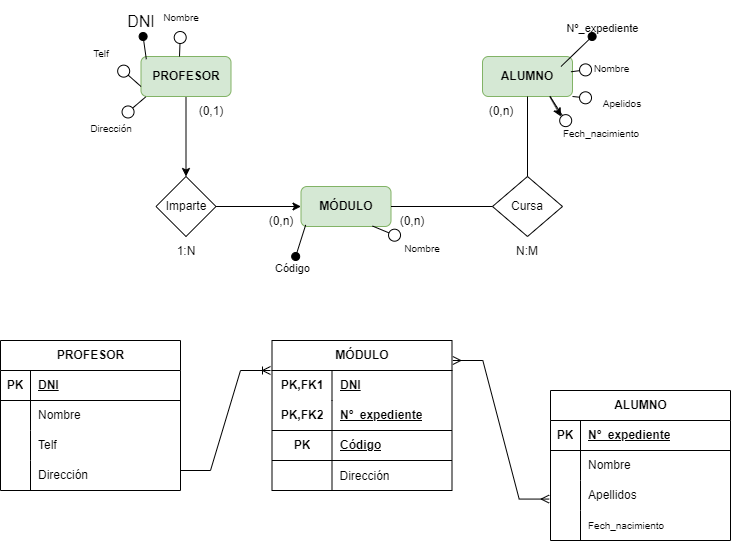
Samue45/1-DAM keeps this draw.io diagram as Data Base/Exercise1E/R a Relacional.drawio.png. Above is the earlier version. Source tidied: cells renumbered, new cells last; positions are measured from the earlier drawing's top-left corner, leaving out a move shared by most shapes.
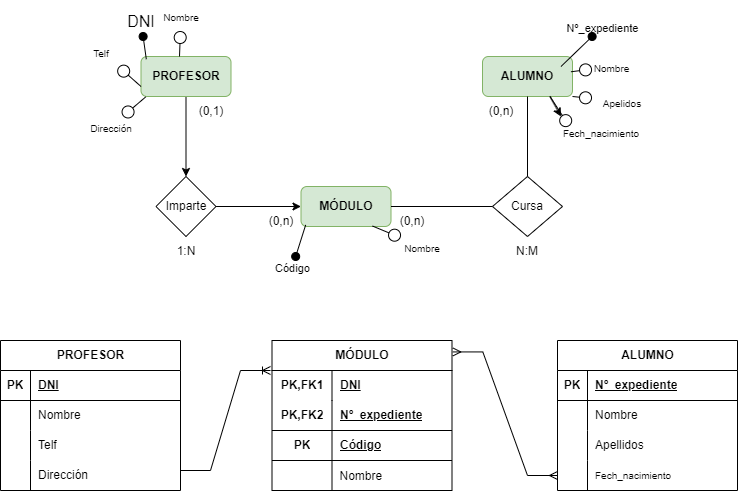
After the change.

The edit, as a diff of the source:
```diff
@@ -158,7 +158,7 @@
       <mxGeometry x="30" width="150" height="30" as="geometry" />
     </mxCell>
     <mxCell id="51" value="ALUMNO" style="shape=table;startSize=30;rowLines=0;fontStyle=1;align=center;html=1;" parent="1" vertex="1">
-      <mxGeometry x="550" y="390" width="180" height="150" as="geometry" />
+      <mxGeometry x="557" y="340" width="180" height="150" as="geometry" />
     </mxCell>
     <mxCell id="52" style="shape=tableRow;horizontal=0;startSize=0;swimlaneHead=0;swimlaneBody=0;fillColor=none;top=0;left=0;right=0;bottom=1;" parent="51" vertex="1">
       <mxGeometry y="30" width="180" height="30" as="geometry" />
@@ -232,13 +232,12 @@
     <mxCell id="75" style="shape=partialRectangle;fillColor=none;top=0;left=0;bottom=0;right=0;fontStyle=1;overflow=hidden;html=1;whiteSpace=wrap;" parent="74" vertex="1">
       <mxGeometry width="60" height="30" as="geometry" />
     </mxCell>
-    <mxCell id="76" value="Dirección" style="shape=partialRectangle;fillColor=none;top=0;left=0;bottom=0;right=0;align=left;spacingLeft=6;overflow=hidden;" parent="74" vertex="1">
+    <mxCell id="76" value="Nombre" style="shape=partialRectangle;fillColor=none;top=0;left=0;bottom=0;right=0;align=left;spacingLeft=6;overflow=hidden;" parent="74" vertex="1">
       <mxGeometry x="60" width="120" height="30" as="geometry" />
     </mxCell>
-    <mxCell id="77" style="edgeStyle=entityRelationEdgeStyle;fontSize=12;html=1;endArrow=ERmany;startArrow=ERmany;rounded=0;entryX=-0.012;entryY=0.119;entryDx=0;entryDy=0;entryPerimeter=0;exitX=1;exitY=0.5;exitDx=0;exitDy=0;" parent="1" edge="1">
+    <mxCell id="77" style="edgeStyle=entityRelationEdgeStyle;fontSize=12;html=1;endArrow=ERmany;startArrow=ERmany;rounded=0;entryX=0;entryY=0.5;entryDx=0;entryDy=0;exitX=1;exitY=0.5;exitDx=0;exitDy=0;" parent="1" edge="1" target="61">
       <mxGeometry relative="1" as="geometry">
-        <mxPoint x="452.3" y="360" as="sourcePoint" />
-        <mxPoint x="548.7" y="498.6" as="targetPoint" />
+        <mxPoint x="452.3" y="351.4" as="sourcePoint" />
       </mxGeometry>
     </mxCell>
     <mxCell id="78" style="edgeStyle=entityRelationEdgeStyle;fontSize=12;html=1;endArrow=ERoneToMany;rounded=0;" parent="1" edge="1">
```
